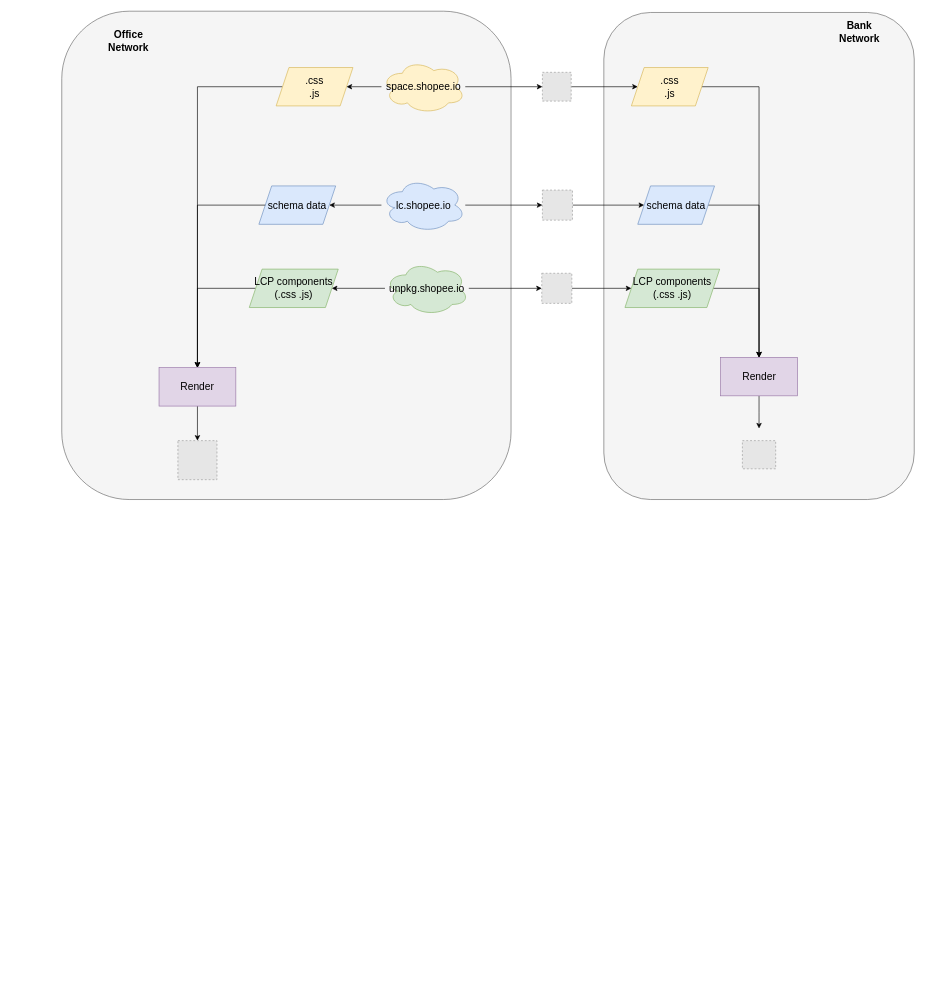
Above: banking.drawio in Zsynuting/diagram (draw.io), before the change. Source tidied: cells renumbered, new cells numbered last; positions are measured from the earlier drawing's top-left corner, leaving out a move shared by most shapes. Both pictures are drawn from the tidied source at 64%, with x=0, y=0 at pixel (61, 11). Pictures stored in the file or linked from it are replaced by grey dashed boxes.
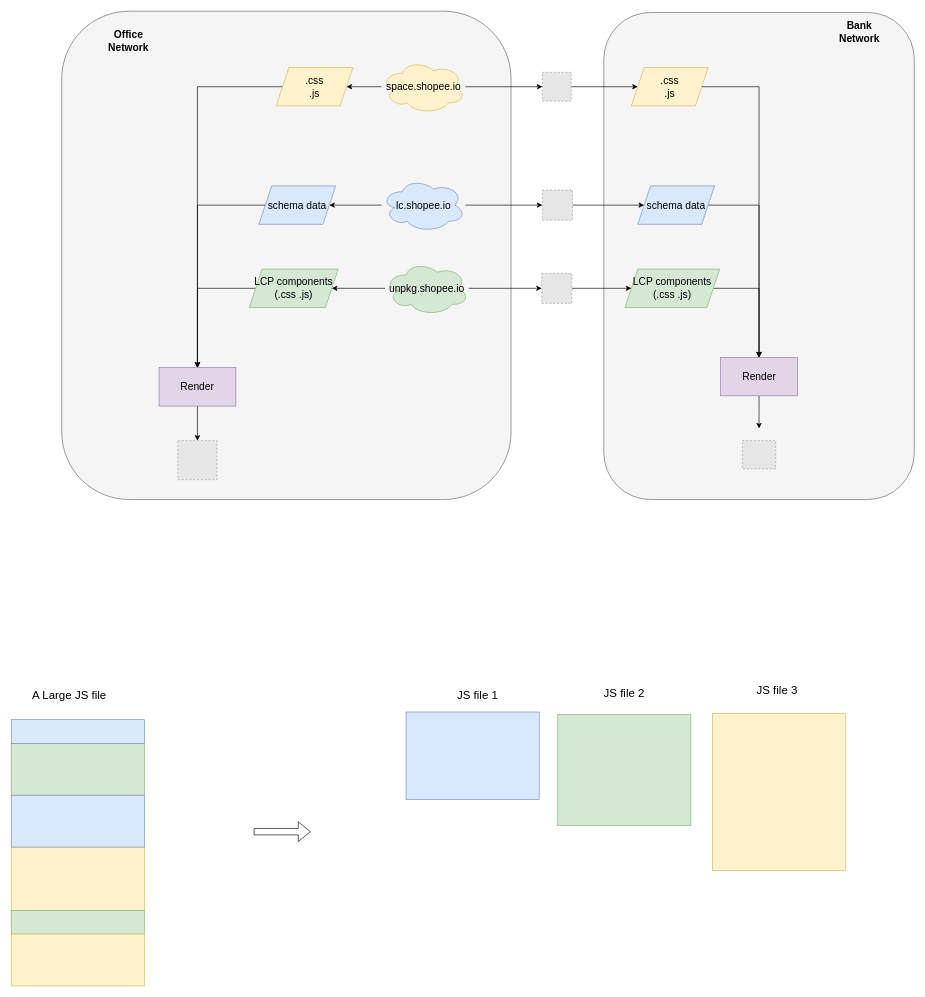
The same page after the edit.

The edit, as a diff of the source:
```diff
@@
+    <mxCell id="39" style="rounded=0;whiteSpace=wrap;html=1;fillColor=#d5e8d4;strokeColor=#82b366;" parent="1" vertex="1">
+      <mxGeometry x="-79" y="1144" width="208" height="81" as="geometry" />
+    </mxCell>
+    <mxCell id="40" style="rounded=0;whiteSpace=wrap;html=1;fillColor=#fff2cc;strokeColor=#d6b656;" parent="1" vertex="1">
+      <mxGeometry x="-79" y="1306" width="208" height="99" as="geometry" />
+    </mxCell>
+    <mxCell id="41" style="rounded=0;whiteSpace=wrap;html=1;fillColor=#dae8fc;strokeColor=#6c8ebf;" parent="1" vertex="1">
+      <mxGeometry x="-79" y="1107" width="208" height="37" as="geometry" />
+    </mxCell>
+    <mxCell id="42" style="rounded=0;whiteSpace=wrap;html=1;fillColor=#dae8fc;strokeColor=#6c8ebf;" parent="1" vertex="1">
+      <mxGeometry x="-79" y="1225" width="208" height="81" as="geometry" />
+    </mxCell>
+    <mxCell id="43" style="rounded=0;whiteSpace=wrap;html=1;fillColor=#d5e8d4;strokeColor=#82b366;" parent="1" vertex="1">
+      <mxGeometry x="-79" y="1405" width="208" height="37" as="geometry" />
+    </mxCell>
+    <mxCell id="44" style="rounded=0;whiteSpace=wrap;html=1;fillColor=#fff2cc;strokeColor=#d6b656;" parent="1" vertex="1">
+      <mxGeometry x="-79" y="1442" width="208" height="81" as="geometry" />
+    </mxCell>
+    <mxCell id="45" value="&lt;font style=&quot;font-size: 18px;&quot;&gt;A Large JS file&lt;/font&gt;" style="text;html=1;strokeColor=none;fillColor=none;align=center;verticalAlign=middle;whiteSpace=wrap;rounded=0;" parent="1" vertex="1">
+      <mxGeometry x="-68" y="1054" width="160" height="30" as="geometry" />
+    </mxCell>
+    <mxCell id="46" style="shape=flexArrow;endArrow=classic;html=1;rounded=0;" parent="1" edge="1">
+      <mxGeometry relative="1" as="geometry">
+        <mxPoint x="300" y="1282" as="sourcePoint" />
+        <mxPoint x="389" y="1282" as="targetPoint" />
+      </mxGeometry>
+    </mxCell>
+    <mxCell id="47" style="rounded=0;whiteSpace=wrap;html=1;fillColor=#dae8fc;strokeColor=#6c8ebf;" parent="1" vertex="1">
+      <mxGeometry x="538" y="1095" width="208" height="137" as="geometry" />
+    </mxCell>
+    <mxCell id="48" value="&lt;font style=&quot;font-size: 18px;&quot;&gt;JS file 1&lt;/font&gt;" style="text;html=1;strokeColor=none;fillColor=none;align=center;verticalAlign=middle;whiteSpace=wrap;rounded=0;" parent="1" vertex="1">
+      <mxGeometry x="569.5" y="1054" width="160" height="30" as="geometry" />
+    </mxCell>
+    <mxCell id="49" style="rounded=0;whiteSpace=wrap;html=1;fillColor=#d5e8d4;strokeColor=#82b366;" parent="1" vertex="1">
+      <mxGeometry x="775" y="1099" width="208" height="173" as="geometry" />
+    </mxCell>
+    <mxCell id="50" value="&lt;font style=&quot;font-size: 18px;&quot;&gt;JS file 2&lt;/font&gt;" style="text;html=1;strokeColor=none;fillColor=none;align=center;verticalAlign=middle;whiteSpace=wrap;rounded=0;" parent="1" vertex="1">
+      <mxGeometry x="799" y="1051" width="160" height="30" as="geometry" />
+    </mxCell>
+    <mxCell id="51" style="rounded=0;whiteSpace=wrap;html=1;fillColor=#fff2cc;strokeColor=#d6b656;" parent="1" vertex="1">
+      <mxGeometry x="1017" y="1097" width="208" height="246" as="geometry" />
+    </mxCell>
+    <mxCell id="52" value="&lt;font style=&quot;font-size: 18px;&quot;&gt;JS file 3&lt;/font&gt;" style="text;html=1;strokeColor=none;fillColor=none;align=center;verticalAlign=middle;whiteSpace=wrap;rounded=0;" parent="1" vertex="1">
+      <mxGeometry x="1038" y="1047" width="160" height="30" as="geometry" />
+    </mxCell>
```
